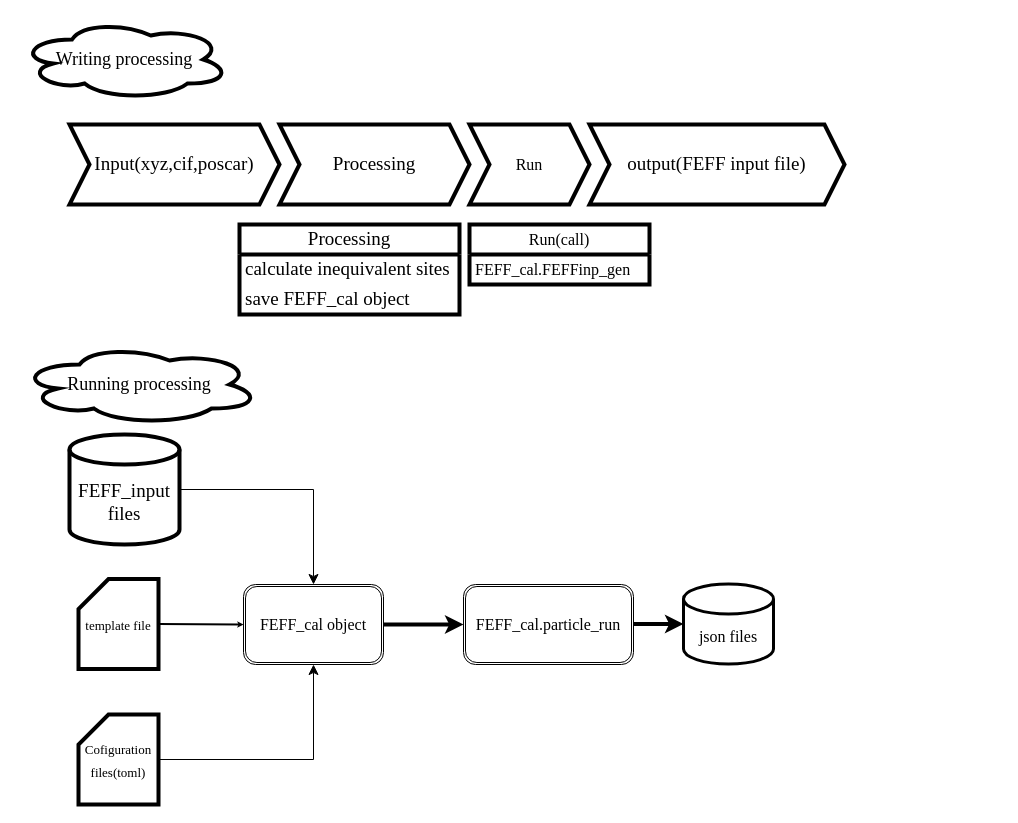
The draw.io diagram workflow.drawio in kaifengZheng/Multitasking_FEFF_calculator, before the edit. Source tidied: cells renumbered, new cells numbered last; positions are measured from the earlier drawing's top-left corner, leaving out a move shared by most shapes. Both pictures are drawn from the tidied source at 100%, with x=0, y=0 at pixel (19, 19).
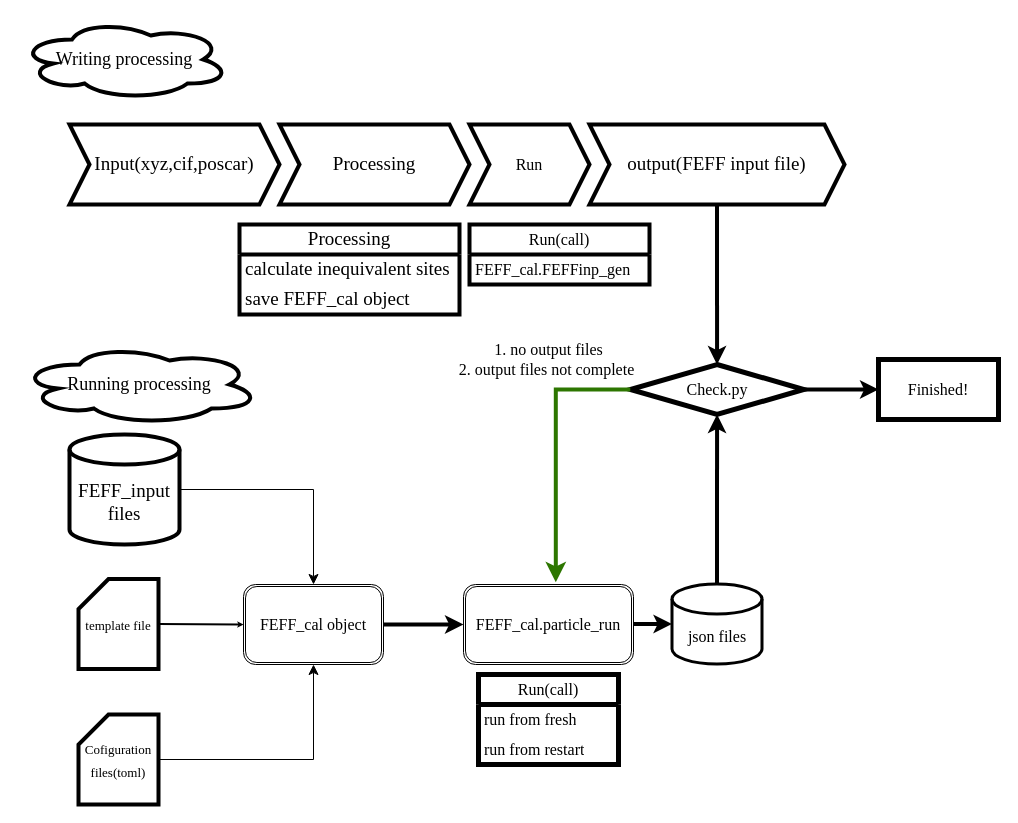
After the change.

Unchanged cells that the change refers to:
```xml
<mxCell id="5" value="output(FEFF input file)" style="shape=step;perimeter=stepPerimeter;whiteSpace=wrap;html=1;fixedSize=1;labelBorderColor=none;strokeWidth=4;fontFamily=Times New Roman;fontSize=19;fillColor=none;" parent="1" vertex="1">
  <mxGeometry x="570" y="105" width="255" height="80" as="geometry" />
</mxCell>
<mxCell id="18" value="FEFF_cal.particle_run" style="shape=ext;double=1;rounded=1;whiteSpace=wrap;html=1;shadow=0;labelBorderColor=none;sketch=0;strokeWidth=1;fontFamily=Times New Roman;fontSize=16;fillColor=none;" parent="1" vertex="1">
  <mxGeometry x="444" y="565" width="170" height="80" as="geometry" />
</mxCell>
```

Diff of the diagram source:
```diff
@@
     <mxCell id="21" value="json files" style="shape=cylinder3;whiteSpace=wrap;html=1;boundedLbl=1;backgroundOutline=1;size=15;shadow=0;labelBorderColor=none;sketch=0;strokeWidth=3;fontFamily=Times New Roman;fontSize=16;fillColor=none;" parent="1" vertex="1">
-      <mxGeometry x="664" y="564.5" width="90" height="80" as="geometry" />
+      <mxGeometry x="652.5" y="564.5" width="90" height="80" as="geometry" />
     </mxCell>
@@
+    <mxCell id="24" value="&lt;span style=&quot;font-size: 16px;&quot;&gt;&lt;font face=&quot;Times New Roman&quot;&gt;Run(call)&lt;/font&gt;&lt;/span&gt;" style="swimlane;fontStyle=0;horizontal=1;startSize=30;whiteSpace=wrap;html=1;strokeWidth=5;" parent="1" vertex="1">
+      <mxGeometry x="459" y="655" width="140" height="90" as="geometry" />
+    </mxCell>
+    <mxCell id="25" value="&lt;font face=&quot;Times New Roman&quot; style=&quot;font-size: 16px;&quot;&gt;run from fresh&lt;/font&gt;" style="text;strokeColor=none;fillColor=none;align=left;verticalAlign=middle;spacingLeft=4;spacingRight=4;overflow=hidden;whiteSpace=wrap;html=1;" parent="24" vertex="1">
+      <mxGeometry y="30" width="140" height="30" as="geometry" />
+    </mxCell>
+    <mxCell id="26" value="&lt;font face=&quot;Times New Roman&quot; style=&quot;font-size: 16px;&quot;&gt;run from restart&lt;/font&gt;" style="text;strokeColor=none;fillColor=none;align=left;verticalAlign=middle;spacingLeft=4;spacingRight=4;overflow=hidden;whiteSpace=wrap;html=1;" parent="24" vertex="1">
+      <mxGeometry y="60" width="140" height="30" as="geometry" />
+    </mxCell>
+    <mxCell id="27" style="endArrow=classic;html=1;fontFamily=Times New Roman;fontSize=16;exitX=0.5;exitY=1;exitDx=0;exitDy=0;entryX=0.5;entryY=0;entryDx=0;entryDy=0;strokeWidth=4;" parent="1" edge="1" source="5" target="29">
+      <mxGeometry relative="1" as="geometry" />
+    </mxCell>
+    <mxCell id="28" style="endArrow=classic;html=1;strokeWidth=4;fontFamily=Times New Roman;fontSize=16;exitX=0.5;exitY=0;exitDx=0;exitDy=0;exitPerimeter=0;entryX=0.5;entryY=1;entryDx=0;entryDy=0;" parent="1" edge="1" source="21" target="29">
+      <mxGeometry relative="1" as="geometry" />
+    </mxCell>
+    <mxCell id="29" value="Check.py" style="rhombus;whiteSpace=wrap;html=1;strokeWidth=5;fontFamily=Times New Roman;fontSize=16;" parent="1" vertex="1">
+      <mxGeometry x="610.8" y="345" width="173.5" height="50" as="geometry" />
+    </mxCell>
+    <mxCell id="30" style="edgeStyle=segmentEdgeStyle;endArrow=classic;html=1;curved=0;rounded=0;endSize=8;startSize=8;strokeWidth=4;fontFamily=Times New Roman;fontSize=16;exitX=0;exitY=0.5;exitDx=0;exitDy=0;entryX=0.543;entryY=-0.027;entryDx=0;entryDy=0;entryPerimeter=0;fillColor=#60a917;strokeColor=#2D7600;" parent="1" edge="1" source="29" target="18">
+      <mxGeometry relative="1" as="geometry" />
+    </mxCell>
+    <mxCell id="31" value="1. no output files&lt;br&gt;2. output files not complete&amp;nbsp;" style="text;html=1;align=center;verticalAlign=middle;strokeColor=none;fillColor=none;fontSize=16;fontFamily=Times New Roman;" parent="1" vertex="1">
+      <mxGeometry x="429" y="315" width="200" height="50" as="geometry" />
+    </mxCell>
+    <mxCell id="32" style="endArrow=classic;html=1;strokeWidth=4;fontFamily=Times New Roman;fontSize=16;exitX=1;exitY=0.5;exitDx=0;exitDy=0;" parent="1" edge="1" source="29" target="33">
+      <mxGeometry relative="1" as="geometry" />
+    </mxCell>
+    <mxCell id="33" value="Finished!" style="rounded=0;whiteSpace=wrap;html=1;strokeWidth=5;fontFamily=Times New Roman;fontSize=16;" parent="1" vertex="1">
+      <mxGeometry x="859" y="340" width="120" height="60" as="geometry" />
+    </mxCell>
```
